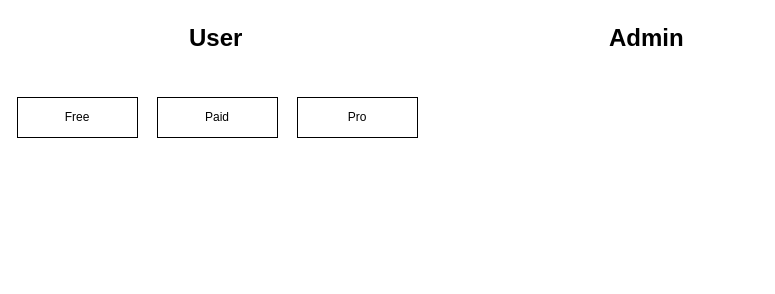
Before: Untitled Diagram.drawio in teexiii/drawio-storage, a draw.io diagram. Source tidied: cells renumbered, new cells numbered last; positions are measured from the earlier drawing's top-left corner, leaving out a move shared by most shapes. Both pictures are drawn from the tidied source at 100%, with x=0, y=0 at pixel (17, 17).
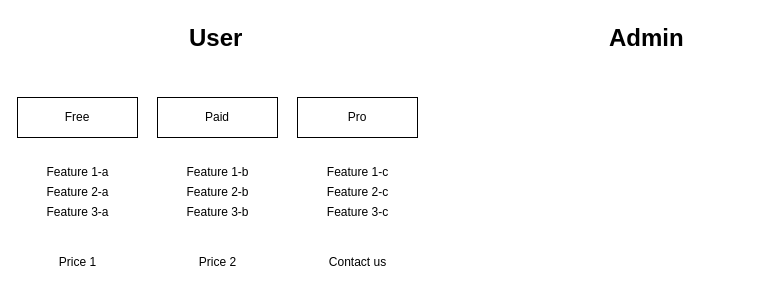
The same diagram, later.

The edit, as a diff of the source:
```diff
@@
 <mxGraphModel>
   <root>
     <mxCell id="0" />
     <mxCell id="1" parent="0" />
     <mxCell id="2" value="&lt;h1 style=&quot;margin-top: 0px;&quot;&gt;User&lt;/h1&gt;" style="text;html=1;whiteSpace=wrap;overflow=hidden;rounded=0;" parent="1" vertex="1">
       <mxGeometry x="170" width="60" height="40" as="geometry" />
     </mxCell>
     <mxCell id="3" value="&lt;h1 style=&quot;margin-top: 0px;&quot;&gt;Admin&lt;/h1&gt;" style="text;html=1;whiteSpace=wrap;overflow=hidden;rounded=0;" parent="1" vertex="1">
       <mxGeometry x="590" width="150" height="50" as="geometry" />
     </mxCell>
     <mxCell id="4" value="Free" style="whiteSpace=wrap;html=1;" parent="1" vertex="1">
       <mxGeometry y="80" width="120" height="40" as="geometry" />
     </mxCell>
     <mxCell id="5" value="Paid" style="whiteSpace=wrap;html=1;" parent="1" vertex="1">
       <mxGeometry x="140" y="80" width="120" height="40" as="geometry" />
     </mxCell>
     <mxCell id="6" value="Pro" style="whiteSpace=wrap;html=1;" parent="1" vertex="1">
       <mxGeometry x="280" y="80" width="120" height="40" as="geometry" />
     </mxCell>
+    <mxCell id="7" value="Feature 1-a" style="text;html=1;align=center;verticalAlign=middle;strokeColor=none;fillColor=none;" parent="1" vertex="1">
+      <mxGeometry x="15" y="140" width="90" height="30" as="geometry" />
+    </mxCell>
+    <mxCell id="8" value="Feature 1-b" style="text;html=1;align=center;verticalAlign=middle;strokeColor=none;fillColor=none;" parent="1" vertex="1">
+      <mxGeometry x="155" y="140" width="90" height="30" as="geometry" />
+    </mxCell>
+    <mxCell id="9" value="Feature 1-c" style="text;html=1;align=center;verticalAlign=middle;strokeColor=none;fillColor=none;" parent="1" vertex="1">
+      <mxGeometry x="300" y="140" width="80" height="30" as="geometry" />
+    </mxCell>
+    <mxCell id="10" value="Feature 3-a" style="text;html=1;align=center;verticalAlign=middle;strokeColor=none;fillColor=none;" parent="1" vertex="1">
+      <mxGeometry x="15" y="180" width="90" height="30" as="geometry" />
+    </mxCell>
+    <mxCell id="11" value="Feature 3-b" style="text;html=1;align=center;verticalAlign=middle;strokeColor=none;fillColor=none;" parent="1" vertex="1">
+      <mxGeometry x="155" y="180" width="90" height="30" as="geometry" />
+    </mxCell>
+    <mxCell id="12" value="Feature 3-c" style="text;html=1;align=center;verticalAlign=middle;strokeColor=none;fillColor=none;" parent="1" vertex="1">
+      <mxGeometry x="300" y="180" width="80" height="30" as="geometry" />
+    </mxCell>
+    <mxCell id="13" value="Feature 2-a" style="text;html=1;align=center;verticalAlign=middle;strokeColor=none;fillColor=none;" parent="1" vertex="1">
+      <mxGeometry x="15" y="160" width="90" height="30" as="geometry" />
+    </mxCell>
+    <mxCell id="14" value="Feature 2-b" style="text;html=1;align=center;verticalAlign=middle;strokeColor=none;fillColor=none;" parent="1" vertex="1">
+      <mxGeometry x="155" y="160" width="90" height="30" as="geometry" />
+    </mxCell>
+    <mxCell id="15" value="Feature 2-c" style="text;html=1;align=center;verticalAlign=middle;strokeColor=none;fillColor=none;" parent="1" vertex="1">
+      <mxGeometry x="300" y="160" width="80" height="30" as="geometry" />
+    </mxCell>
+    <mxCell id="16" value="Contact us" style="text;html=1;align=center;verticalAlign=middle;strokeColor=none;fillColor=none;" parent="1" vertex="1">
+      <mxGeometry x="300" y="230" width="80" height="30" as="geometry" />
+    </mxCell>
+    <mxCell id="17" value="Price 2" style="text;html=1;align=center;verticalAlign=middle;strokeColor=none;fillColor=none;" parent="1" vertex="1">
+      <mxGeometry x="170" y="230" width="60" height="30" as="geometry" />
+    </mxCell>
+    <mxCell id="18" value="Price 1" style="text;html=1;align=center;verticalAlign=middle;strokeColor=none;fillColor=none;" parent="1" vertex="1">
+      <mxGeometry x="30" y="230" width="60" height="30" as="geometry" />
+    </mxCell>
   </root>
 </mxGraphModel>
```
